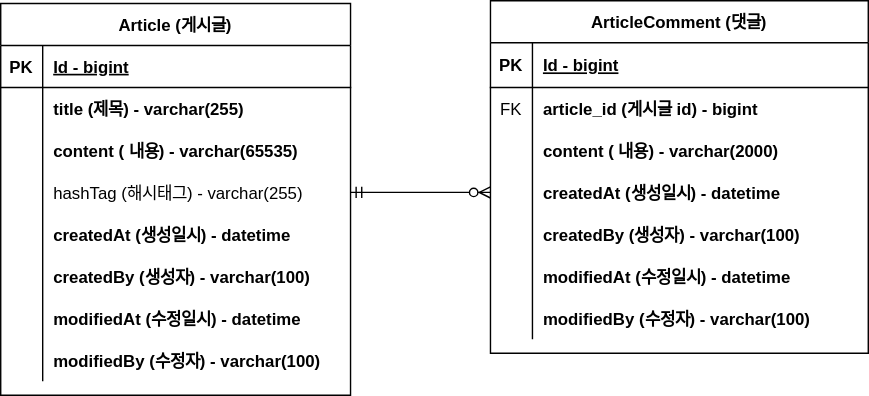
Before: document/project-board-erd.svg, a diagram exported from draw.io (JakePark929/jake-project-board). Source tidied: cells renumbered, new cells last; positions are measured from the earlier drawing's top-left corner, leaving out a move shared by most shapes.
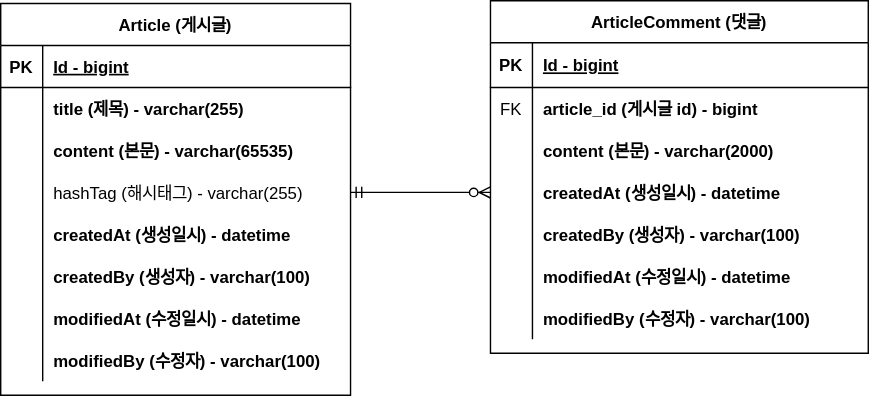
The same diagram one commit later.

Commit message:
#8 - ERD 주석 업데이트: project-board-erd.svg

What changed in the source:
```diff
@@ -29,7 +29,7 @@
     <mxCell id="10" style="shape=partialRectangle;fillColor=none;top=0;left=0;bottom=0;right=0;overflow=hidden;" parent="9" vertex="1">
       <mxGeometry width="30" height="30" as="geometry" />
     </mxCell>
-    <mxCell id="11" value="content ( 내용) - varchar(65535)" style="shape=partialRectangle;fillColor=none;top=0;left=0;bottom=0;right=0;align=left;spacingLeft=6;overflow=hidden;fontStyle=1;" parent="9" vertex="1">
+    <mxCell id="11" value="content (본문) - varchar(65535)" style="shape=partialRectangle;fillColor=none;top=0;left=0;bottom=0;right=0;align=left;spacingLeft=6;overflow=hidden;fontStyle=1;" parent="9" vertex="1">
       <mxGeometry x="30" width="220" height="30" as="geometry" />
     </mxCell>
     <mxCell id="12" style="shape=tableRow;horizontal=0;startSize=0;swimlaneHead=0;swimlaneBody=0;fillColor=none;points=[[0,0.5],[1,0.5]];portConstraint=eastwest;top=0;left=0;right=0;bottom=0;" parent="2" vertex="1">
@@ -104,7 +104,7 @@
     <mxCell id="35" style="shape=partialRectangle;fillColor=none;top=0;left=0;bottom=0;right=0;overflow=hidden;" parent="34" vertex="1">
       <mxGeometry width="30" height="30" as="geometry" />
     </mxCell>
-    <mxCell id="36" value="content ( 내용) - varchar(2000)" style="shape=partialRectangle;fillColor=none;top=0;left=0;bottom=0;right=0;align=left;spacingLeft=6;overflow=hidden;fontStyle=1;" parent="34" vertex="1">
+    <mxCell id="36" value="content (본문) - varchar(2000)" style="shape=partialRectangle;fillColor=none;top=0;left=0;bottom=0;right=0;align=left;spacingLeft=6;overflow=hidden;fontStyle=1;" parent="34" vertex="1">
       <mxGeometry x="30" width="240" height="30" as="geometry" />
     </mxCell>
     <mxCell id="37" style="shape=tableRow;horizontal=0;startSize=0;swimlaneHead=0;swimlaneBody=0;fillColor=none;points=[[0,0.5],[1,0.5]];portConstraint=eastwest;top=0;left=0;right=0;bottom=0;" parent="27" vertex="1">
```
